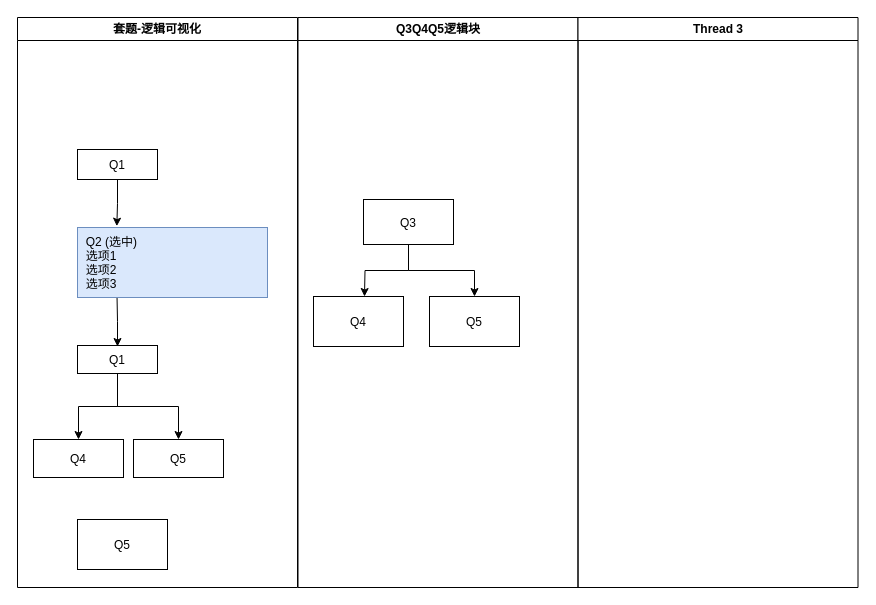
The draw.io diagram 题目列表.drawio in qc190cc/ohter, before the edit. Source tidied: cells renumbered, new cells numbered last; positions are measured from the earlier drawing's top-left corner, leaving out a move shared by most shapes. Both pictures are drawn from the tidied source at 100%, with x=0, y=0 at pixel (17, 17).
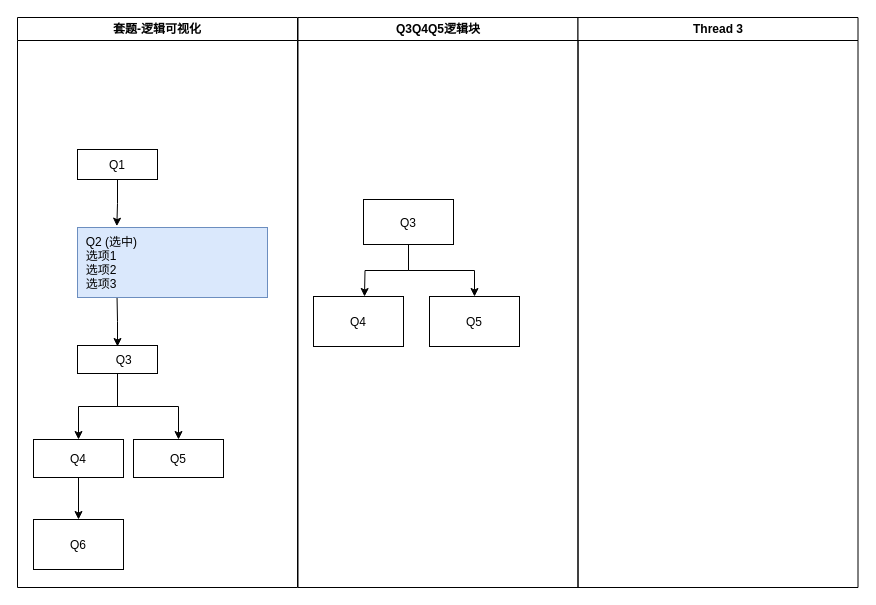
After the change.

Commit message (it also covers changes not shown here):
更新题目列表.drawio

Unchanged cells that the change refers to:
```xml
<mxCell id="2" value="套题-逻辑可视化" style="swimlane;whiteSpace=wrap;" parent="1" vertex="1">
  <mxGeometry width="280" height="570" as="geometry" />
</mxCell>
<mxCell id="6" value="Q4" parent="2" vertex="1">
  <mxGeometry x="16" y="422" width="90" height="38" as="geometry" />
</mxCell>
```

The edit, as a diff of the source:
```diff
@@
+    <mxCell id="20" style="edgeStyle=orthogonalEdgeStyle;rounded=0;jettySize=auto;html=1;" parent="2" edge="1" source="6" target="12">
+      <mxGeometry relative="1" as="geometry" />
+    </mxCell>
@@
-    <mxCell id="11" value="Q1" parent="2" vertex="1">
+    <mxCell id="11" value="    Q3" parent="2" vertex="1">
       <mxGeometry x="60" y="328" width="80" height="28" as="geometry" />
     </mxCell>
-    <mxCell id="12" value="Q5" parent="2" vertex="1">
-      <mxGeometry x="60" y="502" width="90" height="50" as="geometry" />
+    <mxCell id="12" value="Q6" parent="2" vertex="1">
+      <mxGeometry x="16" y="502" width="90" height="50" as="geometry" />
     </mxCell>
```
